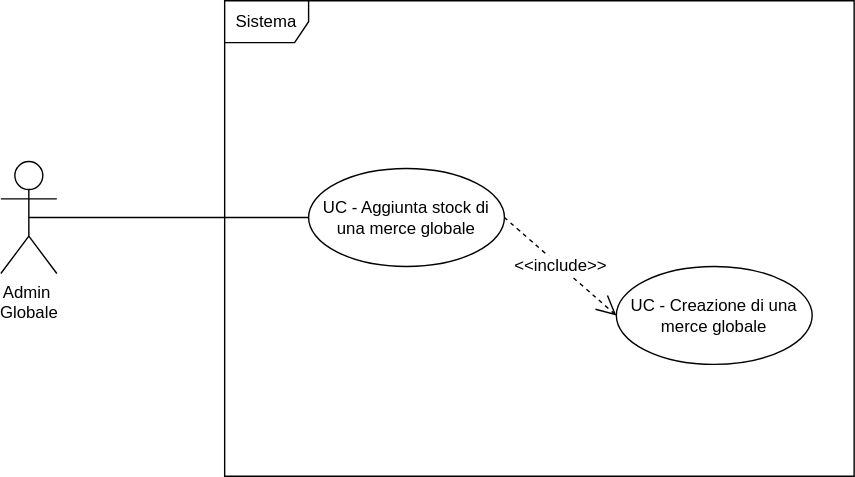
Before: assets/diagrams/UC42.svg, a diagram exported from draw.io (alimitedgroup/alimitedgroup.github.io). Source tidied: cells renumbered, new cells last; positions are measured from the earlier drawing's top-left corner, leaving out a move shared by most shapes. Source of this version:
```xml
<mxGraphModel>
  <root>
    <mxCell id="0" />
    <mxCell id="1" parent="0" />
    <mxCell id="2" value="Admin&amp;nbsp;&lt;div&gt;Globale&lt;/div&gt;" style="shape=umlActor;verticalLabelPosition=bottom;verticalAlign=top;html=1;outlineConnect=0;" parent="1" vertex="1">
      <mxGeometry y="115" width="40" height="80" as="geometry" />
    </mxCell>
    <mxCell id="3" value="Sistema" style="shape=umlFrame;whiteSpace=wrap;html=1;" parent="1" vertex="1">
      <mxGeometry x="160" width="450" height="340" as="geometry" />
    </mxCell>
    <mxCell id="4" value="UC - Aggiunta stock di una merce globale" style="ellipse;whiteSpace=wrap;html=1;" parent="1" vertex="1">
      <mxGeometry x="220" y="120" width="140" height="70" as="geometry" />
    </mxCell>
    <mxCell id="5" style="endArrow=none;html=1;rounded=0;fontSize=12;startSize=8;endSize=8;curved=1;exitX=0.5;exitY=0.5;exitDx=0;exitDy=0;exitPerimeter=0;entryX=0;entryY=0.5;entryDx=0;entryDy=0;" parent="1" edge="1" source="2" target="4">
      <mxGeometry relative="1" as="geometry" />
    </mxCell>
    <mxCell id="6" value="UC - Creazione di una merce globale" style="ellipse;whiteSpace=wrap;html=1;" parent="1" vertex="1">
      <mxGeometry x="440" y="190" width="140" height="70" as="geometry" />
    </mxCell>
    <mxCell id="7" value="&amp;lt;&amp;lt;include&amp;gt;&amp;gt;" style="endArrow=open;endSize=12;dashed=1;html=1;rounded=0;fontSize=12;curved=1;exitX=1;exitY=0.5;exitDx=0;exitDy=0;entryX=0;entryY=0.5;entryDx=0;entryDy=0;" parent="1" edge="1" source="4" target="6">
      <mxGeometry relative="1" as="geometry" />
    </mxCell>
  </root>
</mxGraphModel>
```
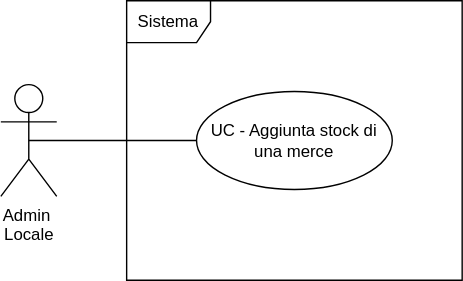
After the commit.

The edit, as a diff of the source:
```diff
@@ -2,23 +2,17 @@
   <root>
     <mxCell id="0" />
     <mxCell id="1" parent="0" />
-    <mxCell id="2" value="Admin&amp;nbsp;&lt;div&gt;Globale&lt;/div&gt;" style="shape=umlActor;verticalLabelPosition=bottom;verticalAlign=top;html=1;outlineConnect=0;" parent="1" vertex="1">
-      <mxGeometry y="115" width="40" height="80" as="geometry" />
+    <mxCell id="2" value="Admin&amp;nbsp;&lt;div&gt;Locale&lt;/div&gt;" style="shape=umlActor;verticalLabelPosition=bottom;verticalAlign=top;html=1;outlineConnect=0;" parent="1" vertex="1">
+      <mxGeometry x="80" y="115" width="40" height="80" as="geometry" />
     </mxCell>
     <mxCell id="3" value="Sistema" style="shape=umlFrame;whiteSpace=wrap;html=1;" parent="1" vertex="1">
-      <mxGeometry x="160" width="450" height="340" as="geometry" />
+      <mxGeometry x="170" y="55" width="240" height="200" as="geometry" />
     </mxCell>
-    <mxCell id="4" value="UC - Aggiunta stock di una merce globale" style="ellipse;whiteSpace=wrap;html=1;" parent="1" vertex="1">
+    <mxCell id="4" value="UC - Aggiunta stock di una merce" style="ellipse;whiteSpace=wrap;html=1;" parent="1" vertex="1">
       <mxGeometry x="220" y="120" width="140" height="70" as="geometry" />
     </mxCell>
     <mxCell id="5" style="endArrow=none;html=1;rounded=0;fontSize=12;startSize=8;endSize=8;curved=1;exitX=0.5;exitY=0.5;exitDx=0;exitDy=0;exitPerimeter=0;entryX=0;entryY=0.5;entryDx=0;entryDy=0;" parent="1" edge="1" source="2" target="4">
       <mxGeometry relative="1" as="geometry" />
     </mxCell>
-    <mxCell id="6" value="UC - Creazione di una merce globale" style="ellipse;whiteSpace=wrap;html=1;" parent="1" vertex="1">
-      <mxGeometry x="440" y="190" width="140" height="70" as="geometry" />
-    </mxCell>
-    <mxCell id="7" value="&amp;lt;&amp;lt;include&amp;gt;&amp;gt;" style="endArrow=open;endSize=12;dashed=1;html=1;rounded=0;fontSize=12;curved=1;exitX=1;exitY=0.5;exitDx=0;exitDy=0;entryX=0;entryY=0.5;entryDx=0;entryDy=0;" parent="1" edge="1" source="4" target="6">
-      <mxGeometry relative="1" as="geometry" />
-    </mxCell>
   </root>
 </mxGraphModel>
```
